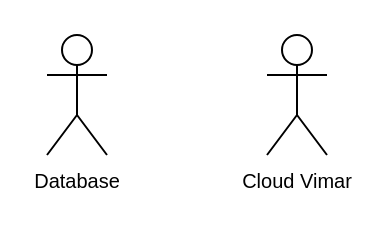
This is 2-RTB/Documenti_esterni/Analisi_dei_requisiti/draw.io/Attorisec.drawio from SnakeByteTeam/snakebyteteam.github.io, a draw.io file, before an edit. Source tidied: cells renumbered, new cells numbered last; positions are measured from the earlier drawing's top-left corner, leaving out a move shared by most shapes. Both pictures are drawn from the tidied source at 200%, with x=0, y=0 at pixel (46, 34).
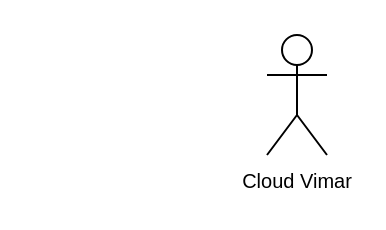
The same page after the edit.

Diff of the diagram source:
```diff
@@
 <mxGraphModel>
   <root>
     <mxCell id="0" />
     <mxCell id="1" parent="0" />
-    <mxCell id="2" value="&lt;div style=&quot;line-height: 100%;&quot;&gt;&lt;span style=&quot;font-size: 10px;&quot;&gt;Database&lt;/span&gt;&lt;/div&gt;" style="shape=umlActor;verticalLabelPosition=bottom;verticalAlign=top;html=1;" parent="1" vertex="1">
-      <mxGeometry width="30" height="60" as="geometry" />
-    </mxCell>
     <mxCell id="3" value="&lt;div style=&quot;line-height: 100%;&quot;&gt;&lt;span style=&quot;font-size: 10px;&quot;&gt;Cloud Vimar&lt;/span&gt;&lt;/div&gt;" style="shape=umlActor;verticalLabelPosition=bottom;verticalAlign=top;html=1;" parent="1" vertex="1">
       <mxGeometry x="110" width="30" height="60" as="geometry" />
     </mxCell>
   </root>
 </mxGraphModel>
```
